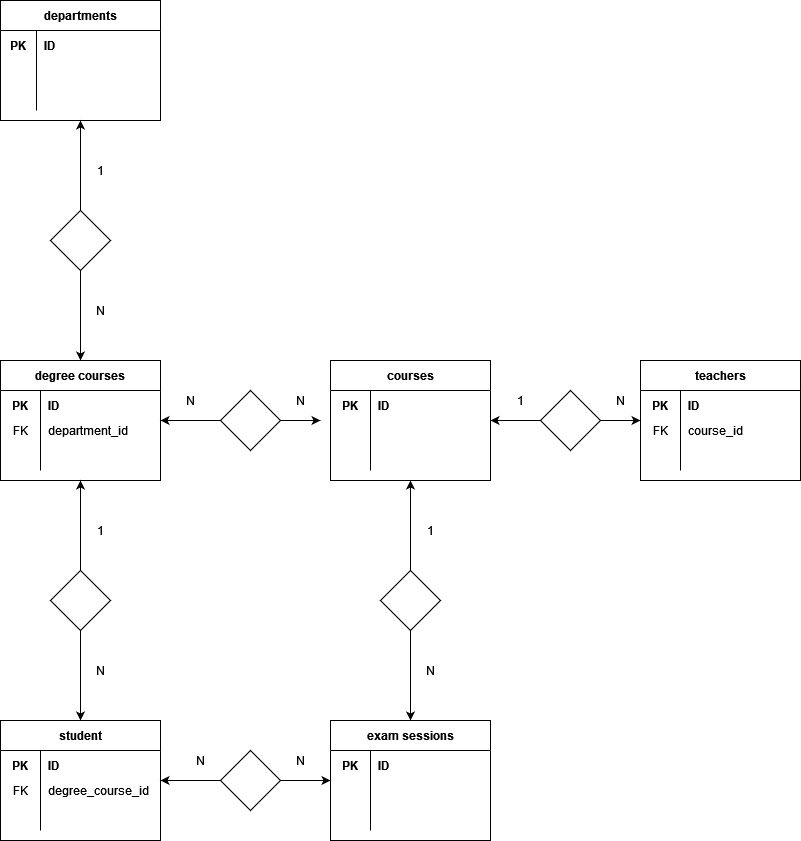
Anto231996/db-university keeps this draw.io diagram as img/Untitled Diagram.drawio.png. Above is the earlier version. Source tidied: cells renumbered, new cells last; positions are measured from the earlier drawing's top-left corner, leaving out a move shared by most shapes.
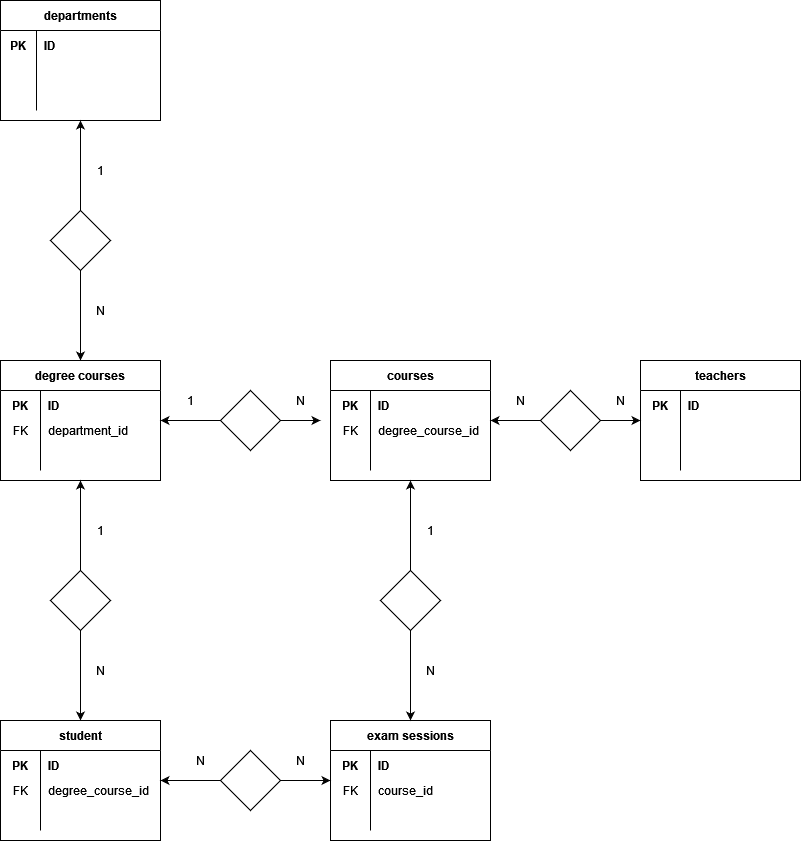
Later version of the same file.

The edit, as a diff of the source:
```diff
@@ -131,10 +131,10 @@
     <mxCell id="44" style="shape=tableRow;horizontal=0;startSize=0;swimlaneHead=0;swimlaneBody=0;top=0;left=0;bottom=0;right=0;fillColor=none;" parent="40" vertex="1">
       <mxGeometry y="60" width="160" height="20" as="geometry" />
     </mxCell>
-    <mxCell id="45" style="shape=partialRectangle;html=1;whiteSpace=wrap;fillColor=none;top=0;left=0;bottom=0;right=0;overflow=hidden;" parent="44" vertex="1">
+    <mxCell id="45" value="FK" style="shape=partialRectangle;html=1;whiteSpace=wrap;fillColor=none;top=0;left=0;bottom=0;right=0;overflow=hidden;" parent="44" vertex="1">
       <mxGeometry width="40" height="20" as="geometry" />
     </mxCell>
-    <mxCell id="46" style="shape=partialRectangle;html=1;whiteSpace=wrap;fillColor=none;top=0;left=0;bottom=0;right=0;align=left;spacingLeft=6;overflow=hidden;" parent="44" vertex="1">
+    <mxCell id="46" value="course_id" style="shape=partialRectangle;html=1;whiteSpace=wrap;fillColor=none;top=0;left=0;bottom=0;right=0;align=left;spacingLeft=6;overflow=hidden;" parent="44" vertex="1">
       <mxGeometry x="40" width="120" height="20" as="geometry" />
     </mxCell>
     <mxCell id="47" style="shape=tableRow;horizontal=0;startSize=0;swimlaneHead=0;swimlaneBody=0;top=0;left=0;bottom=0;right=0;fillColor=none;" parent="40" vertex="1">
@@ -161,10 +161,10 @@
     <mxCell id="54" style="shape=tableRow;horizontal=0;startSize=0;swimlaneHead=0;swimlaneBody=0;top=0;left=0;bottom=0;right=0;fillColor=none;" parent="50" vertex="1">
       <mxGeometry y="60" width="160" height="20" as="geometry" />
     </mxCell>
-    <mxCell id="55" style="shape=partialRectangle;html=1;whiteSpace=wrap;fillColor=none;top=0;left=0;bottom=0;right=0;overflow=hidden;" parent="54" vertex="1">
+    <mxCell id="55" value="FK" style="shape=partialRectangle;html=1;whiteSpace=wrap;fillColor=none;top=0;left=0;bottom=0;right=0;overflow=hidden;" parent="54" vertex="1">
       <mxGeometry width="40" height="20" as="geometry" />
     </mxCell>
-    <mxCell id="56" style="shape=partialRectangle;html=1;whiteSpace=wrap;fillColor=none;top=0;left=0;bottom=0;right=0;align=left;spacingLeft=6;overflow=hidden;" parent="54" vertex="1">
+    <mxCell id="56" value="degree_course_id" style="shape=partialRectangle;html=1;whiteSpace=wrap;fillColor=none;top=0;left=0;bottom=0;right=0;align=left;spacingLeft=6;overflow=hidden;" parent="54" vertex="1">
       <mxGeometry x="40" width="120" height="20" as="geometry" />
     </mxCell>
     <mxCell id="57" style="shape=tableRow;horizontal=0;startSize=0;swimlaneHead=0;swimlaneBody=0;top=0;left=0;bottom=0;right=0;fillColor=none;" parent="50" vertex="1">
@@ -191,10 +191,10 @@
     <mxCell id="64" style="shape=tableRow;horizontal=0;startSize=0;swimlaneHead=0;swimlaneBody=0;top=0;left=0;bottom=0;right=0;fillColor=none;" parent="60" vertex="1">
       <mxGeometry y="60" width="160" height="20" as="geometry" />
     </mxCell>
-    <mxCell id="65" value="FK" style="shape=partialRectangle;html=1;whiteSpace=wrap;fillColor=none;top=0;left=0;bottom=0;right=0;overflow=hidden;" parent="64" vertex="1">
+    <mxCell id="65" style="shape=partialRectangle;html=1;whiteSpace=wrap;fillColor=none;top=0;left=0;bottom=0;right=0;overflow=hidden;" parent="64" vertex="1">
       <mxGeometry width="40" height="20" as="geometry" />
     </mxCell>
-    <mxCell id="66" value="course_id" style="shape=partialRectangle;html=1;whiteSpace=wrap;fillColor=none;top=0;left=0;bottom=0;right=0;align=left;spacingLeft=6;overflow=hidden;" parent="64" vertex="1">
+    <mxCell id="66" style="shape=partialRectangle;html=1;whiteSpace=wrap;fillColor=none;top=0;left=0;bottom=0;right=0;align=left;spacingLeft=6;overflow=hidden;" parent="64" vertex="1">
       <mxGeometry x="40" width="120" height="20" as="geometry" />
     </mxCell>
     <mxCell id="67" style="shape=tableRow;horizontal=0;startSize=0;swimlaneHead=0;swimlaneBody=0;top=0;left=0;bottom=0;right=0;fillColor=none;" parent="60" vertex="1">
@@ -257,13 +257,13 @@
     <mxCell id="84" value="&lt;div&gt;N&lt;/div&gt;" style="text;html=1;align=center;verticalAlign=middle;strokeColor=none;fillColor=none;" parent="1" vertex="1">
       <mxGeometry x="290" y="390" width="20" height="20" as="geometry" />
     </mxCell>
-    <mxCell id="85" value="1" style="text;html=1;align=center;verticalAlign=middle;strokeColor=none;fillColor=none;" parent="1" vertex="1">
+    <mxCell id="85" value="N" style="text;html=1;align=center;verticalAlign=middle;strokeColor=none;fillColor=none;" parent="1" vertex="1">
       <mxGeometry x="510" y="390" width="20" height="20" as="geometry" />
     </mxCell>
     <mxCell id="86" value="N" style="text;html=1;align=center;verticalAlign=middle;strokeColor=none;fillColor=none;" parent="1" vertex="1">
       <mxGeometry x="610" y="390" width="20" height="20" as="geometry" />
     </mxCell>
-    <mxCell id="87" value="N" style="text;html=1;align=center;verticalAlign=middle;strokeColor=none;fillColor=none;" parent="1" vertex="1">
+    <mxCell id="87" value="1" style="text;html=1;align=center;verticalAlign=middle;strokeColor=none;fillColor=none;" parent="1" vertex="1">
       <mxGeometry x="180" y="390" width="20" height="20" as="geometry" />
     </mxCell>
     <mxCell id="88" value="&lt;div&gt;1&lt;/div&gt;" style="text;html=1;align=center;verticalAlign=middle;strokeColor=none;fillColor=none;" parent="1" vertex="1">
```
